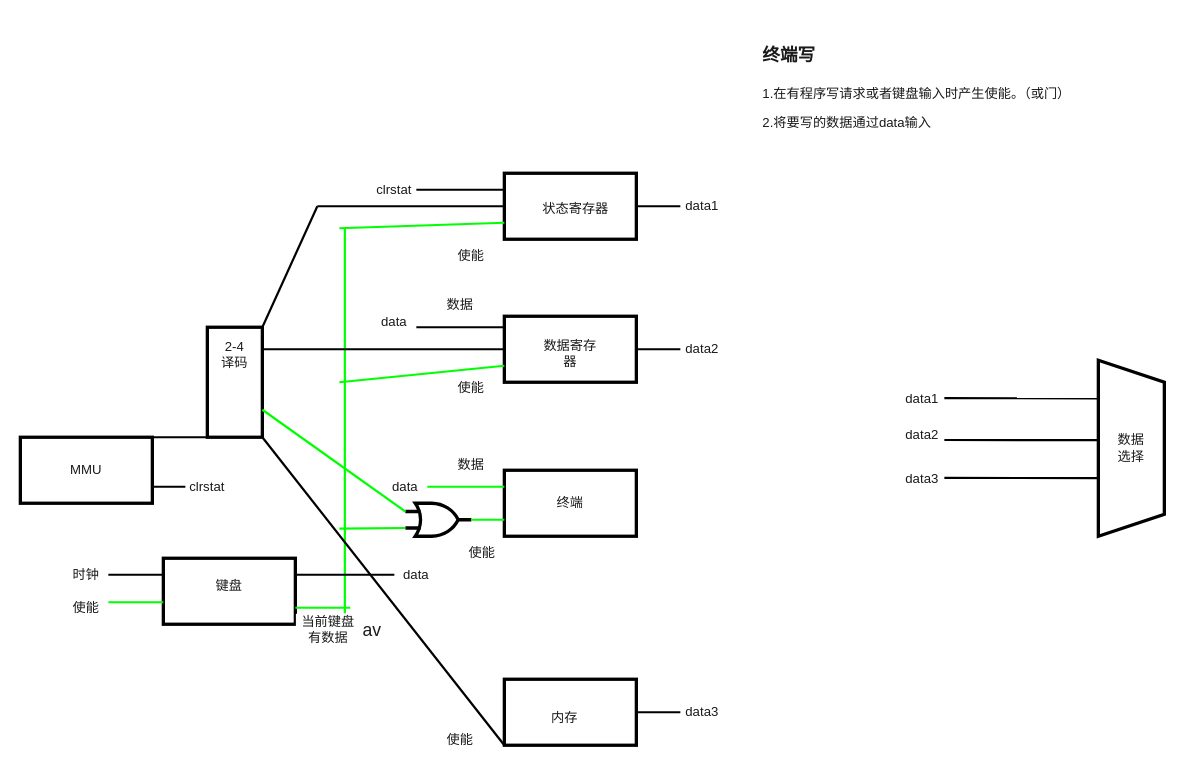
Earlier version of the draw.io diagram page "第 4 页" (4 of 5) of drawio/一些解释.drawio (zybzzz/RISCVFirebird). Source tidied: cells renumbered, new cells numbered last; positions are measured from the earlier drawing's top-left corner, leaving out a move shared by most shapes. Both pictures are drawn from the tidied source at 110%, with x=0, y=0 at pixel (20, 30).
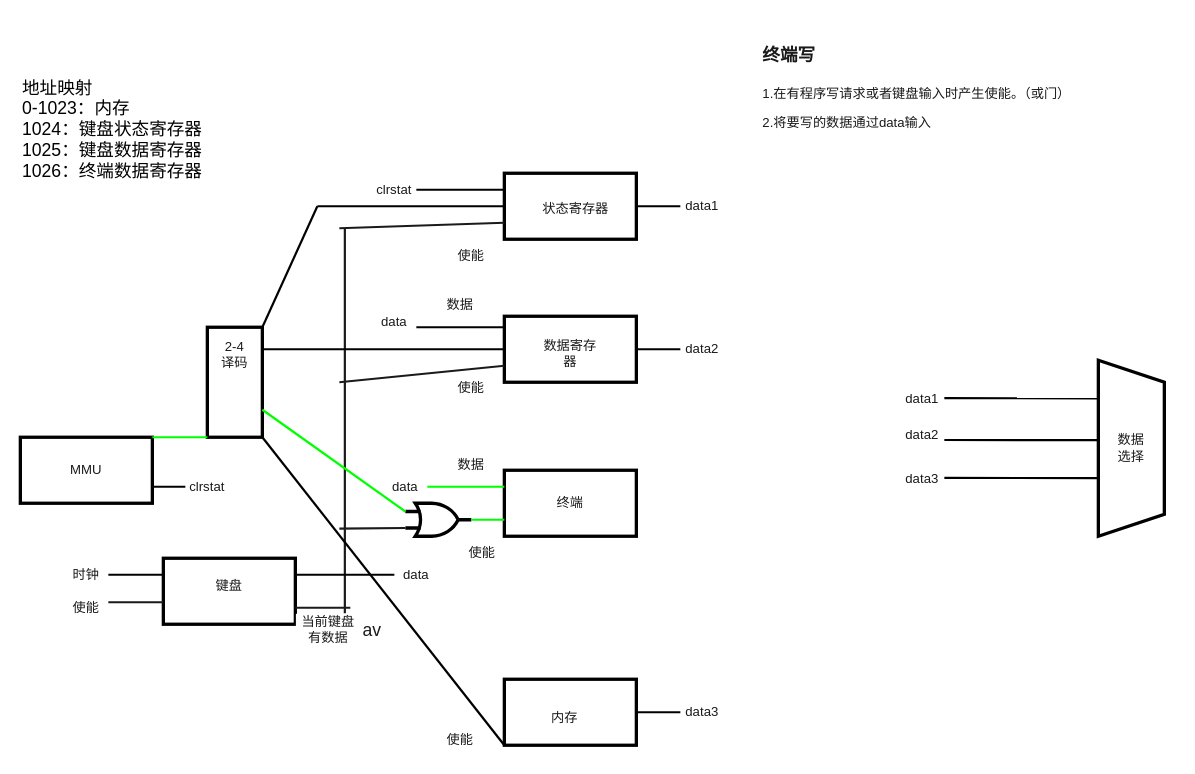
Above is the later version.

The change refers to these unchanged cells:
```xml
<mxCell id="2" style="rounded=0;whiteSpace=wrap;html=1;labelBackgroundColor=#FFFFFF;fontFamily=Helvetica;fontSize=12;fontColor=#1A1A1A;fillColor=none;gradientColor=none;strokeWidth=3;" parent="1" vertex="1">
  <mxGeometry y="370" width="120" height="60" as="geometry" />
</mxCell>
<mxCell id="6" style="rounded=0;whiteSpace=wrap;html=1;labelBackgroundColor=#FFFFFF;fontFamily=Helvetica;fontSize=12;fontColor=#1A1A1A;fillColor=none;gradientColor=none;strokeWidth=3;" parent="1" vertex="1">
  <mxGeometry x="170" y="270" width="50" height="100" as="geometry" />
</mxCell>
<mxCell id="9" style="rounded=0;whiteSpace=wrap;html=1;labelBackgroundColor=#FFFFFF;fontFamily=Helvetica;fontSize=12;fontColor=#1A1A1A;fillColor=none;gradientColor=none;strokeWidth=3;" parent="1" vertex="1">
  <mxGeometry x="130" y="480" width="120" height="60" as="geometry" />
</mxCell>
<mxCell id="15" style="rounded=0;whiteSpace=wrap;html=1;labelBackgroundColor=#FFFFFF;fontFamily=Helvetica;fontSize=12;fontColor=#1A1A1A;fillColor=none;gradientColor=none;strokeWidth=3;" parent="1" vertex="1">
  <mxGeometry x="440" y="130" width="120" height="60" as="geometry" />
</mxCell>
<mxCell id="16" style="rounded=0;whiteSpace=wrap;html=1;labelBackgroundColor=#FFFFFF;fontFamily=Helvetica;fontSize=12;fontColor=#1A1A1A;fillColor=none;gradientColor=none;strokeWidth=3;" parent="1" vertex="1">
  <mxGeometry x="440" y="260" width="120" height="60" as="geometry" />
</mxCell>
<mxCell id="23" style="verticalLabelPosition=bottom;shadow=0;dashed=0;align=center;html=1;verticalAlign=top;shape=mxgraph.electrical.logic_gates.logic_gate;operation=or;rounded=0;labelBackgroundColor=#FFFFFF;fontFamily=Helvetica;fontSize=12;fontColor=#1A1A1A;strokeWidth=3;fillColor=none;gradientColor=none;" parent="1" vertex="1">
  <mxGeometry x="350" y="430" width="60" height="30" as="geometry" />
</mxCell>
<mxCell id="26" value="当前键盘有数据" style="text;html=1;strokeColor=none;fillColor=none;align=center;verticalAlign=middle;whiteSpace=wrap;rounded=0;labelBackgroundColor=#FFFFFF;fontFamily=Helvetica;fontSize=12;fontColor=#1A1A1A;" parent="1" vertex="1">
  <mxGeometry x="250" y="530" width="60" height="30" as="geometry" />
</mxCell>
```

The edit, as a diff of the source:
```diff
@@
-    <mxCell id="7" style="endArrow=none;html=1;rounded=0;fontFamily=Helvetica;fontSize=12;fontColor=#1A1A1A;strokeWidth=2;exitX=1;exitY=0;exitDx=0;exitDy=0;entryX=0;entryY=1;entryDx=0;entryDy=0;" parent="1" edge="1" source="2" target="6">
+    <mxCell id="7" style="endArrow=none;html=1;rounded=0;fontFamily=Helvetica;fontSize=12;fontColor=#1A1A1A;strokeWidth=2;exitX=1;exitY=0;exitDx=0;exitDy=0;entryX=0;entryY=1;entryDx=0;entryDy=0;strokeColor=#00FF00;" parent="1" edge="1" source="2" target="6">
       <mxGeometry relative="1" as="geometry" />
     </mxCell>
@@
-    <mxCell id="13" style="endArrow=none;html=1;rounded=0;fontFamily=Helvetica;fontSize=12;fontColor=#1A1A1A;strokeWidth=2;strokeColor=#00FF00;" parent="1" edge="1">
+    <mxCell id="13" style="endArrow=none;html=1;rounded=0;fontFamily=Helvetica;fontSize=12;fontColor=#1A1A1A;strokeWidth=2;strokeColor=#1A1A1A;" parent="1" edge="1">
       <mxGeometry relative="1" as="geometry">
         <mxPoint x="80" y="520" as="sourcePoint" />
         <mxPoint x="130" y="520" as="targetPoint" />
       </mxGeometry>
     </mxCell>
@@
-    <mxCell id="25" style="endArrow=none;html=1;rounded=0;fontFamily=Helvetica;fontSize=12;fontColor=#1A1A1A;strokeWidth=2;exitX=1;exitY=0.75;exitDx=0;exitDy=0;strokeColor=#00FF00;" parent="1" edge="1" source="9">
+    <mxCell id="25" style="endArrow=none;html=1;rounded=0;fontFamily=Helvetica;fontSize=12;fontColor=#1A1A1A;strokeWidth=2;exitX=1;exitY=0.75;exitDx=0;exitDy=0;strokeColor=#1A1A1A;" parent="1" edge="1" source="9">
       <mxGeometry relative="1" as="geometry">
         <mxPoint x="300" y="525" as="targetPoint" />
       </mxGeometry>
     </mxCell>
@@
-    <mxCell id="27" style="endArrow=none;html=1;rounded=0;fontFamily=Helvetica;fontSize=12;fontColor=#1A1A1A;strokeWidth=2;exitX=0.75;exitY=0;exitDx=0;exitDy=0;strokeColor=#00FF00;" parent="1" edge="1" source="26">
+    <mxCell id="27" style="endArrow=none;html=1;rounded=0;fontFamily=Helvetica;fontSize=12;fontColor=#1A1A1A;strokeWidth=2;exitX=0.75;exitY=0;exitDx=0;exitDy=0;strokeColor=#1A1A1A;" parent="1" edge="1" source="26">
       <mxGeometry relative="1" as="geometry">
         <mxPoint x="295" y="180" as="targetPoint" />
       </mxGeometry>
     </mxCell>
-    <mxCell id="28" style="endArrow=none;html=1;rounded=0;fontFamily=Helvetica;fontSize=12;fontColor=#1A1A1A;strokeWidth=2;entryX=0;entryY=0.75;entryDx=0;entryDy=0;strokeColor=#00FF00;" parent="1" edge="1" target="15">
+    <mxCell id="28" style="endArrow=none;html=1;rounded=0;fontFamily=Helvetica;fontSize=12;fontColor=#1A1A1A;strokeWidth=2;entryX=0;entryY=0.75;entryDx=0;entryDy=0;strokeColor=#1A1A1A;" parent="1" edge="1" target="15">
       <mxGeometry relative="1" as="geometry">
         <mxPoint x="290" y="180" as="sourcePoint" />
       </mxGeometry>
     </mxCell>
-    <mxCell id="29" style="endArrow=none;html=1;rounded=0;fontFamily=Helvetica;fontSize=12;fontColor=#1A1A1A;strokeWidth=2;entryX=0;entryY=0.75;entryDx=0;entryDy=0;strokeColor=#00FF00;" parent="1" edge="1" target="16">
+    <mxCell id="29" style="endArrow=none;html=1;rounded=0;fontFamily=Helvetica;fontSize=12;fontColor=#1A1A1A;strokeWidth=2;entryX=0;entryY=0.75;entryDx=0;entryDy=0;strokeColor=#1A1A1A;" parent="1" edge="1" target="16">
       <mxGeometry relative="1" as="geometry">
         <mxPoint x="290" y="320" as="sourcePoint" />
       </mxGeometry>
     </mxCell>
-    <mxCell id="30" style="endArrow=none;html=1;rounded=0;fontFamily=Helvetica;fontSize=12;fontColor=#1A1A1A;strokeWidth=2;entryX=0;entryY=0.75;entryDx=0;entryDy=0;entryPerimeter=0;strokeColor=#00FF00;" parent="1" edge="1" target="23">
+    <mxCell id="30" style="endArrow=none;html=1;rounded=0;fontFamily=Helvetica;fontSize=12;fontColor=#1A1A1A;strokeWidth=2;entryX=0;entryY=0.75;entryDx=0;entryDy=0;entryPerimeter=0;strokeColor=#1A1A1A;" parent="1" edge="1" target="23">
       <mxGeometry relative="1" as="geometry">
         <mxPoint x="290" y="453" as="sourcePoint" />
       </mxGeometry>
     </mxCell>
@@
+    <mxCell id="66" value="&lt;font style=&quot;font-size: 16px&quot;&gt;地址映射&lt;br&gt;0-1023：内存&lt;br&gt;1024：键盘状态寄存器&lt;br&gt;1025：键盘数据寄存器&lt;br&gt;1026：终端数据寄存器&lt;/font&gt;" style="text;html=1;strokeColor=none;fillColor=none;align=left;verticalAlign=middle;whiteSpace=wrap;rounded=0;" parent="1" vertex="1">
+      <mxGeometry y="55" width="210" height="70" as="geometry" />
+    </mxCell>
```
